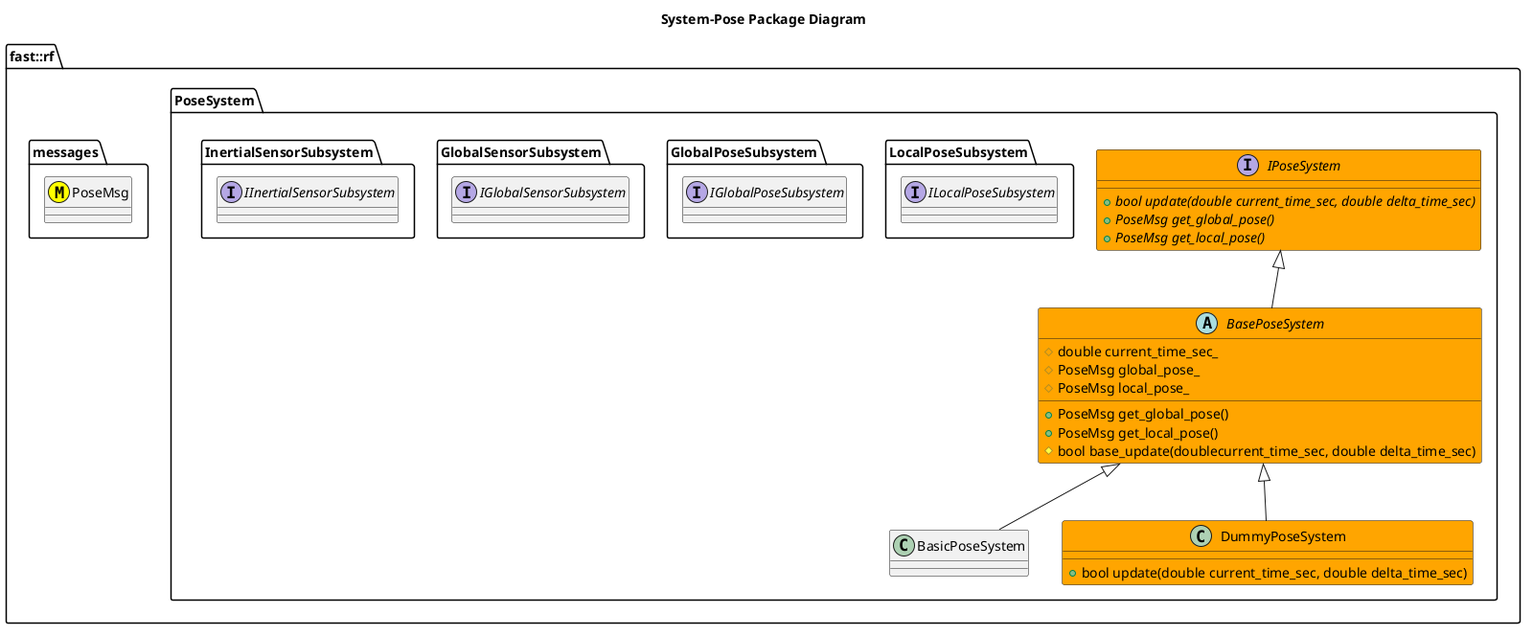
fastrobotics/robot_framework keeps this PlantUML diagram as Systems/Pose/doc/puml/SystemPosePackageDiagram.png. Above is the earlier version. The source it was exported from:
```plantuml
@startuml
title System-Pose Package Diagram

namespace fast::rf {
  namespace messages {
    class PoseMsg <<(M,#FFFF00) >>
  }
  namespace PoseSystem {
    together {
      namespace InertialSensorSubsystem {
        interface IInertialSensorSubsystem

      }
      namespace GlobalSensorSubsystem {
        interface IGlobalSensorSubsystem
      }
      namespace GlobalPoseSubsystem {
        interface IGlobalPoseSubsystem
      }
      namespace LocalPoseSubsystem {
        interface ILocalPoseSubsystem
      }
    }
    interface IPoseSystem #Orange {
      +{abstract} bool update(double current_time_sec, double delta_time_sec)
      +{abstract} PoseMsg get_global_pose()
      +{abstract} PoseMsg get_local_pose()
    }
    abstract BasePoseSystem #Orange {
      +PoseMsg get_global_pose()
      +PoseMsg get_local_pose()
      #bool base_update(doublecurrent_time_sec, double delta_time_sec)
      #double current_time_sec_
      #PoseMsg global_pose_
      #PoseMsg local_pose_
    }
    IPoseSystem <|-- BasePoseSystem
    class BasicPoseSystem {

    }
    BasePoseSystem <|-- BasicPoseSystem
    class DummyPoseSystem #Orange {
      +bool update(double current_time_sec, double delta_time_sec)
    }
    BasePoseSystem <|-- DummyPoseSystem
  }
}
@enduml
```
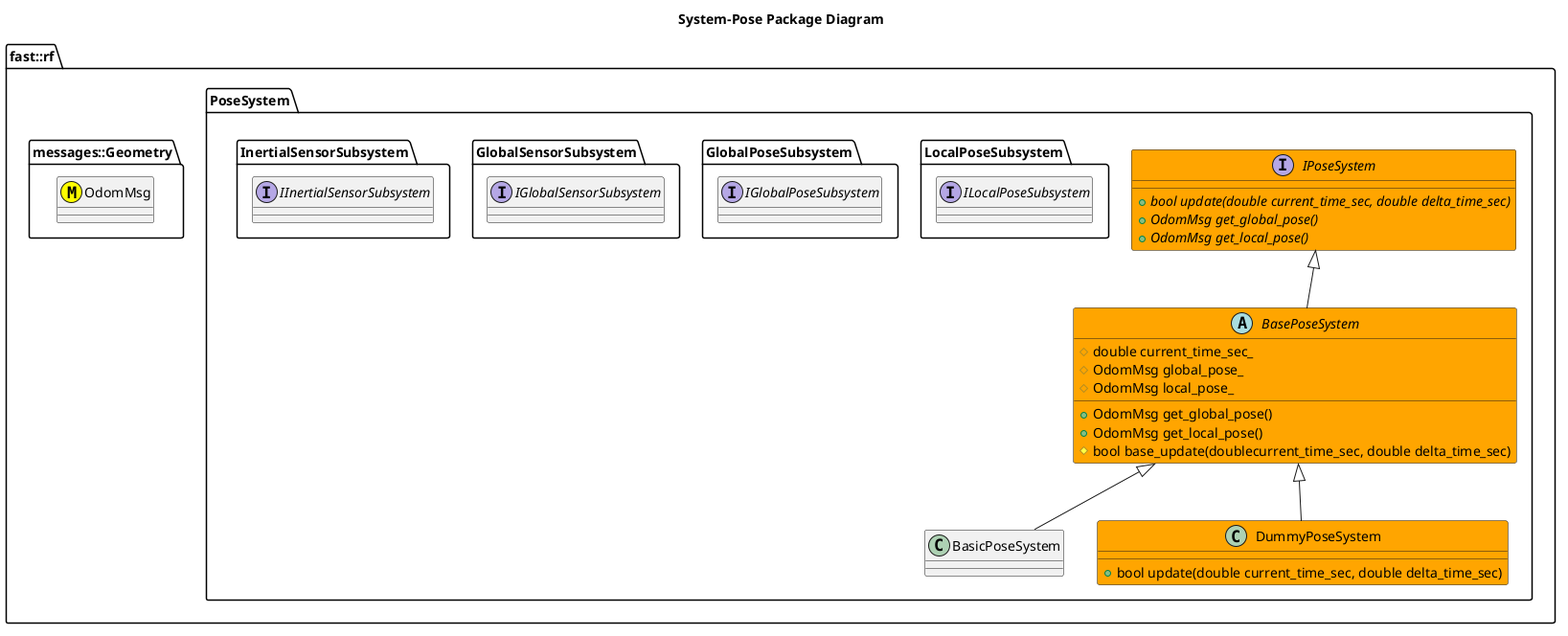
The same file after the commit.

Commit message:
Cleaning up Geometry Messages.

The edit, as a diff of the source:
```diff
@@ -2,8 +2,8 @@
 title System-Pose Package Diagram
 
 namespace fast::rf {
-  namespace messages {
-    class PoseMsg <<(M,#FFFF00) >>
+  namespace messages::Geometry {
+    class OdomMsg <<(M,#FFFF00) >>
   }
   namespace PoseSystem {
     together {
@@ -23,16 +23,16 @@
     }
     interface IPoseSystem #Orange {
       +{abstract} bool update(double current_time_sec, double delta_time_sec)
-      +{abstract} PoseMsg get_global_pose()
-      +{abstract} PoseMsg get_local_pose()
+      +{abstract} OdomMsg get_global_pose()
+      +{abstract} OdomMsg get_local_pose()
     }
     abstract BasePoseSystem #Orange {
-      +PoseMsg get_global_pose()
-      +PoseMsg get_local_pose()
+      +OdomMsg get_global_pose()
+      +OdomMsg get_local_pose()
       #bool base_update(doublecurrent_time_sec, double delta_time_sec)
       #double current_time_sec_
-      #PoseMsg global_pose_
-      #PoseMsg local_pose_
+      #OdomMsg global_pose_
+      #OdomMsg local_pose_
     }
     IPoseSystem <|-- BasePoseSystem
     class BasicPoseSystem {
```
